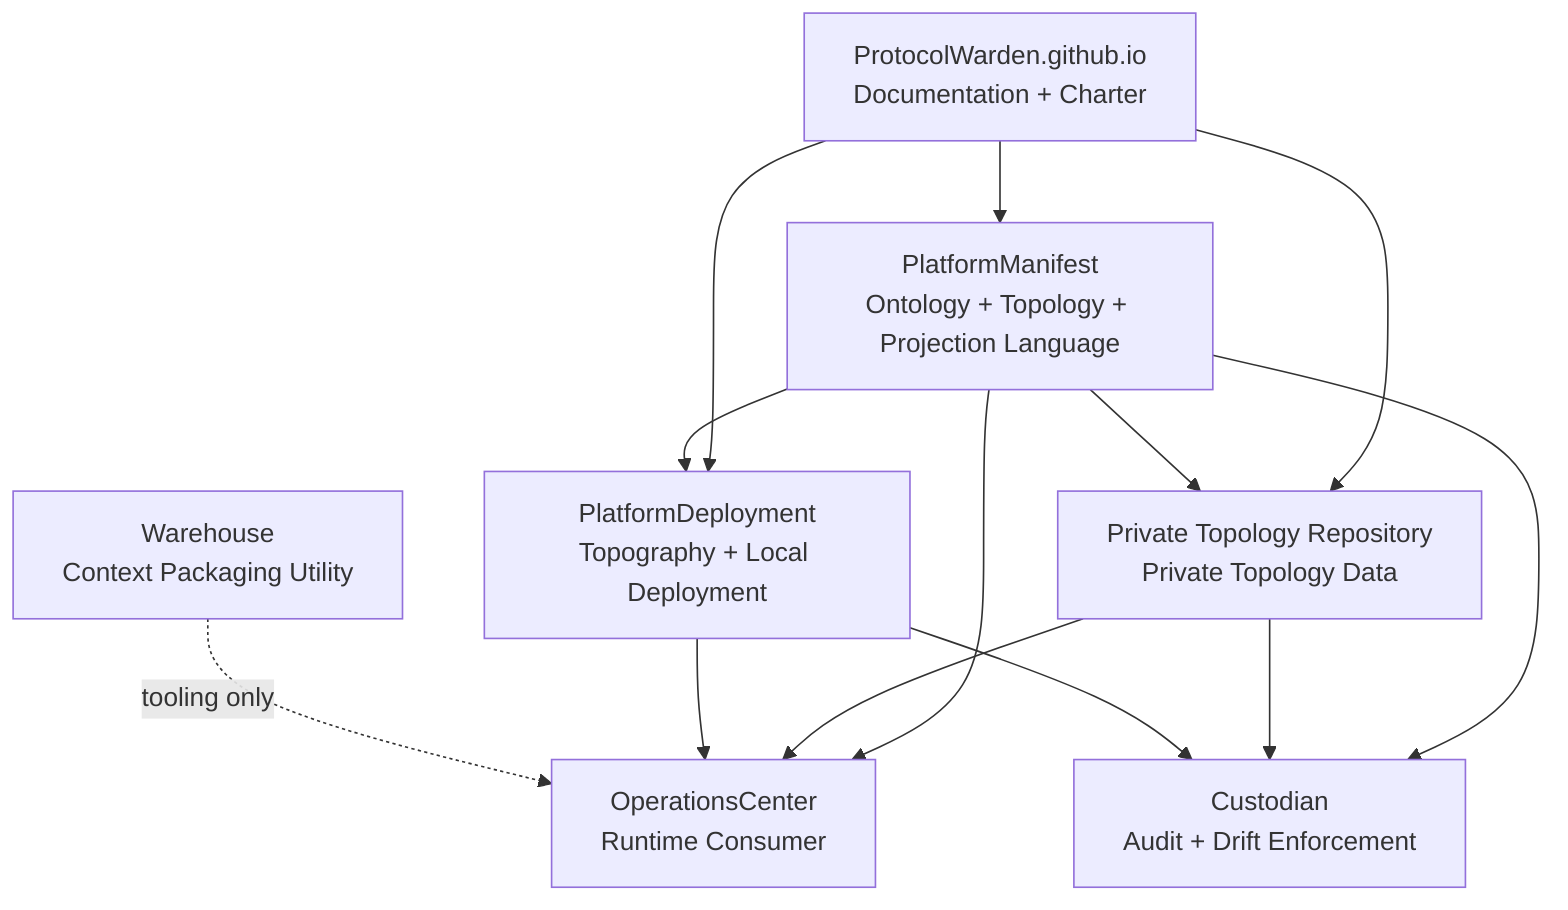
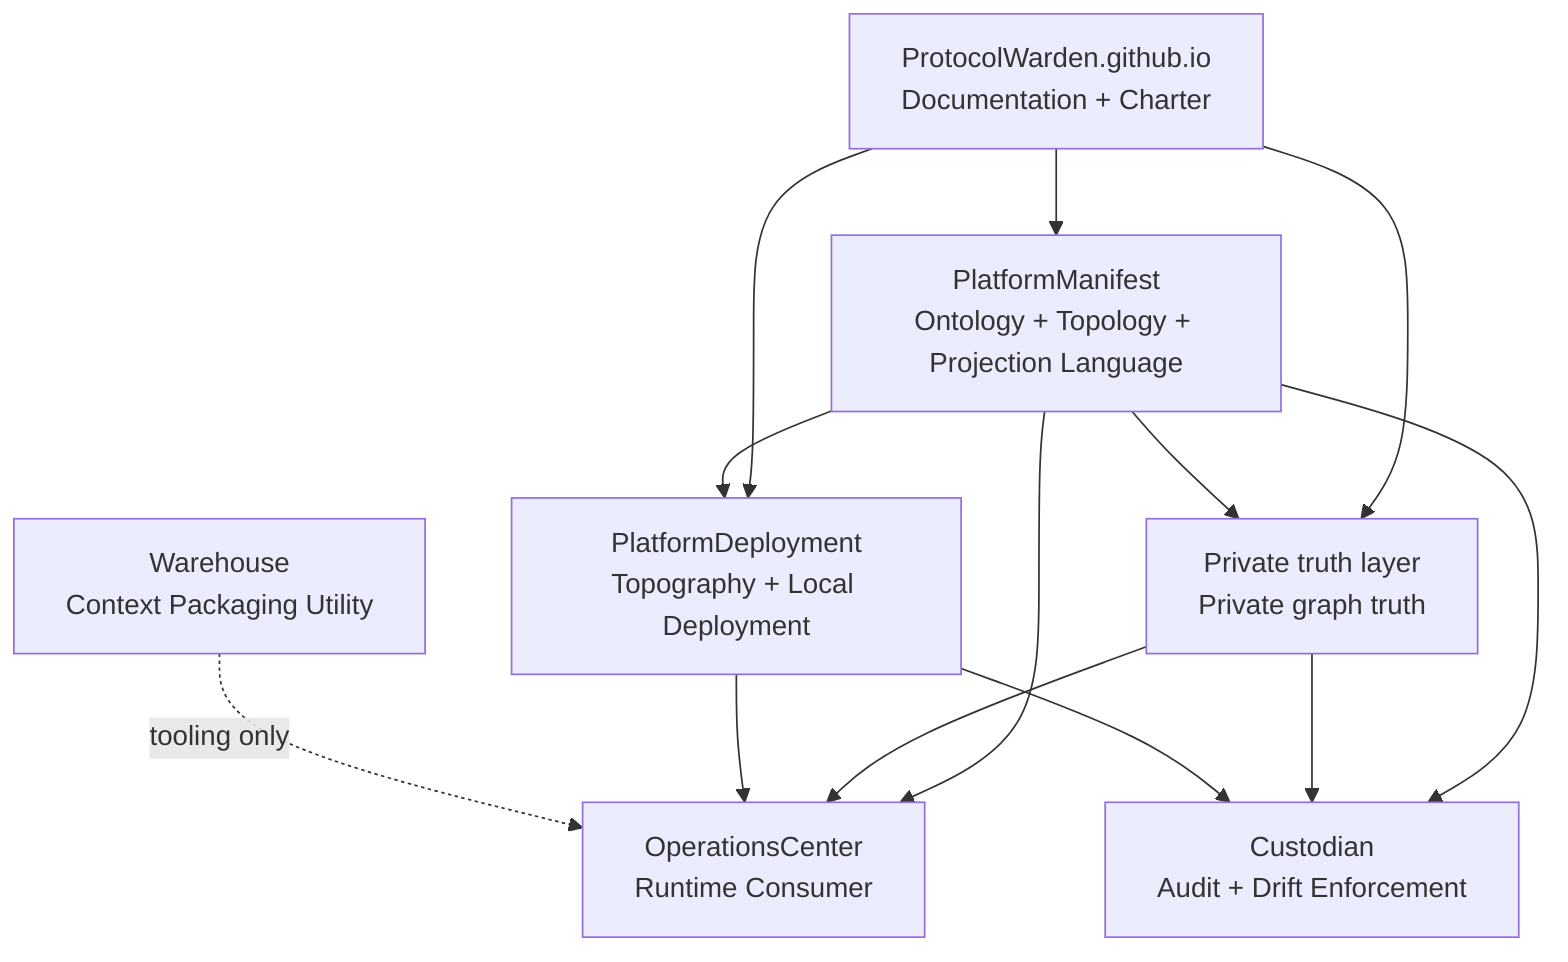
graph TD
    DOC[ProtocolWarden.github.io\nDocumentation + Charter]
    PM[PlatformManifest\nOntology + Topology + Projection Language]
-     PRM[Private Topology Repository\nPrivate Topology Data]
+     PT[Private truth layer\nPrivate graph truth]
    PD[PlatformDeployment\nTopography + Local Deployment]
    CUST[Custodian\nAudit + Drift Enforcement]
    OC[OperationsCenter\nRuntime Consumer]
    WH[Warehouse\nContext Packaging Utility]

    DOC --> PM
-     DOC --> PRM
+     DOC --> PT
    DOC --> PD
-     PM --> PRM
+     PM --> PT
    PM --> PD
    PM --> OC
-     PRM --> OC
+     PT --> OC
    PD --> OC
    PM --> CUST
-     PRM --> CUST
+     PT --> CUST
    PD --> CUST
    WH -. tooling only .-> OC
